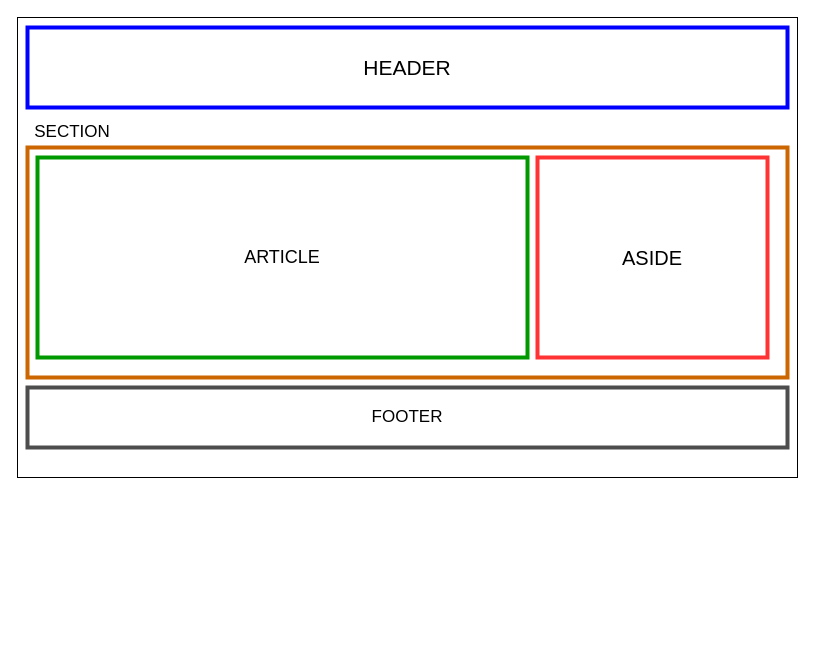
Before: 01 HTML Y CSS/03 maquetacion/maquetacion.drawio in Eduarrb/dw2024-3, a draw.io diagram. Source tidied: cells renumbered, new cells numbered last; positions are measured from the earlier drawing's top-left corner, leaving out a move shared by most shapes. Both pictures are drawn from the tidied source at 100%, with x=0, y=0 at pixel (17, 17).
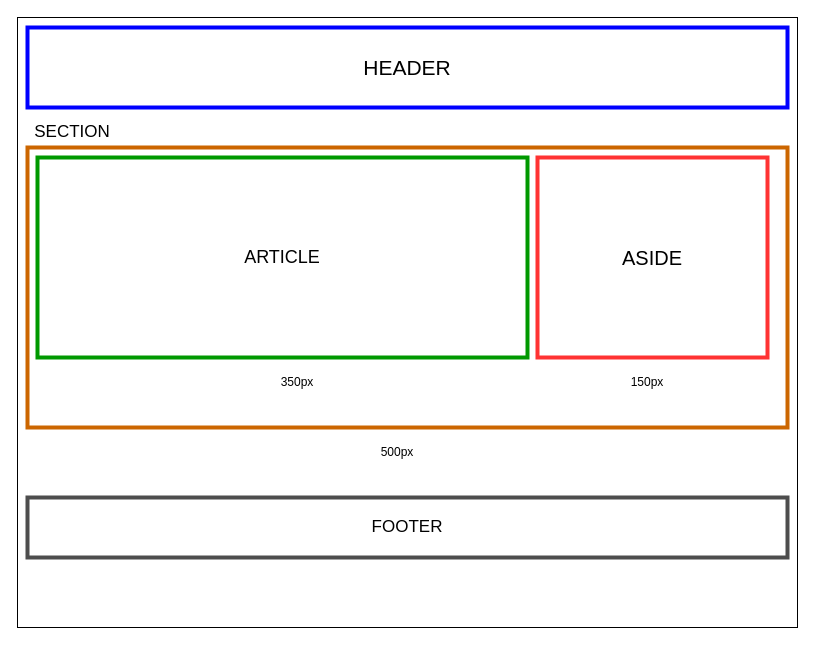
Above is the later version.

Change to the diagram source:
```diff
@@
 <mxGraphModel>
   <root>
     <mxCell id="0" />
     <mxCell id="1" parent="0" />
     <mxCell id="2" style="rounded=0;whiteSpace=wrap;html=1;" parent="1" vertex="1">
-      <mxGeometry width="780" height="460" as="geometry" />
+      <mxGeometry width="780" height="610" as="geometry" />
     </mxCell>
     <mxCell id="3" value="&lt;font style=&quot;font-size: 21px;&quot;&gt;HEADER&lt;/font&gt;" style="rounded=0;whiteSpace=wrap;html=1;strokeWidth=4;strokeColor=#0000FF;" parent="1" vertex="1">
       <mxGeometry x="10" y="10" width="760" height="80" as="geometry" />
     </mxCell>
     <mxCell id="4" style="rounded=0;whiteSpace=wrap;html=1;strokeColor=#CC6600;strokeWidth=4;" parent="1" vertex="1">
-      <mxGeometry x="10" y="130" width="760" height="230" as="geometry" />
+      <mxGeometry x="10" y="130" width="760" height="280" as="geometry" />
     </mxCell>
     <mxCell id="5" value="&lt;font style=&quot;font-size: 17px;&quot;&gt;SECTION&lt;/font&gt;" style="text;html=1;align=center;verticalAlign=middle;whiteSpace=wrap;rounded=0;" parent="1" vertex="1">
       <mxGeometry x="20" y="100" width="70" height="30" as="geometry" />
     </mxCell>
     <mxCell id="6" value="&lt;font style=&quot;font-size: 18px;&quot;&gt;ARTICLE&lt;/font&gt;" style="rounded=0;whiteSpace=wrap;html=1;strokeWidth=4;strokeColor=#009900;" parent="1" vertex="1">
       <mxGeometry x="20" y="140" width="490" height="200" as="geometry" />
     </mxCell>
     <mxCell id="7" value="&lt;font style=&quot;font-size: 20px;&quot;&gt;ASIDE&lt;/font&gt;" style="rounded=0;whiteSpace=wrap;html=1;strokeWidth=4;strokeColor=#FF3333;" parent="1" vertex="1">
       <mxGeometry x="520" y="140" width="230" height="200" as="geometry" />
     </mxCell>
     <mxCell id="8" value="&lt;font style=&quot;font-size: 17px;&quot;&gt;FOOTER&lt;/font&gt;" style="rounded=0;whiteSpace=wrap;html=1;strokeColor=#4D4D4D;strokeWidth=4;" parent="1" vertex="1">
-      <mxGeometry x="10" y="370" width="760" height="60" as="geometry" />
+      <mxGeometry x="10" y="480" width="760" height="60" as="geometry" />
     </mxCell>
+    <mxCell id="9" value="350px" style="text;html=1;align=center;verticalAlign=middle;whiteSpace=wrap;rounded=0;" parent="1" vertex="1">
+      <mxGeometry x="250" y="350" width="60" height="30" as="geometry" />
+    </mxCell>
+    <mxCell id="10" value="150px" style="text;html=1;align=center;verticalAlign=middle;whiteSpace=wrap;rounded=0;" parent="1" vertex="1">
+      <mxGeometry x="600" y="350" width="60" height="30" as="geometry" />
+    </mxCell>
+    <mxCell id="11" value="500px" style="text;html=1;align=center;verticalAlign=middle;whiteSpace=wrap;rounded=0;" parent="1" vertex="1">
+      <mxGeometry x="350" y="420" width="60" height="30" as="geometry" />
+    </mxCell>
   </root>
 </mxGraphModel>
```
